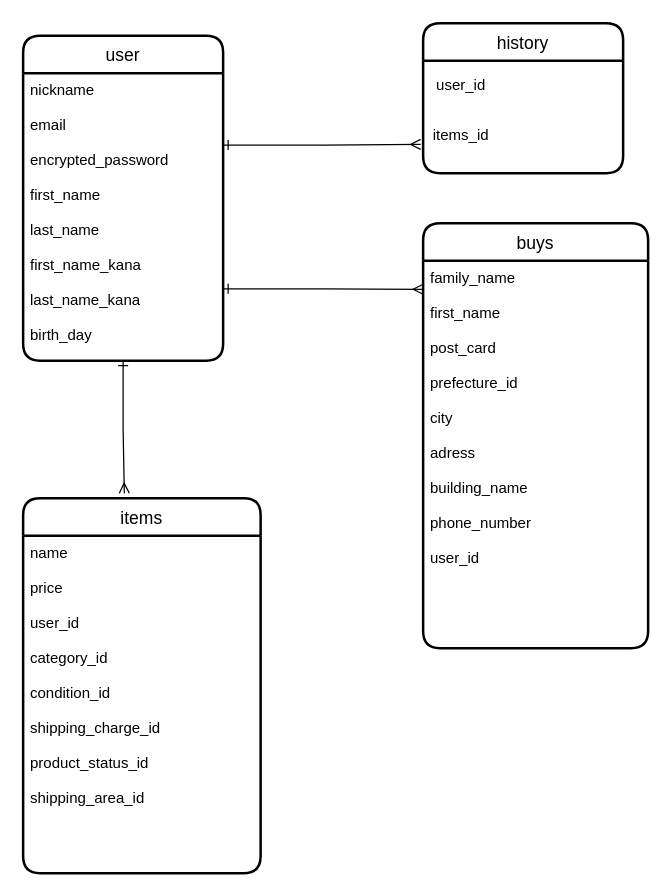
Above: test.dio in Masato0530/furima-35867 (draw.io), before the change. Source tidied: cells renumbered, new cells numbered last; positions are measured from the earlier drawing's top-left corner, leaving out a move shared by most shapes. Both pictures are drawn from the tidied source at 125%, with x=0, y=0 at pixel (22, 22).
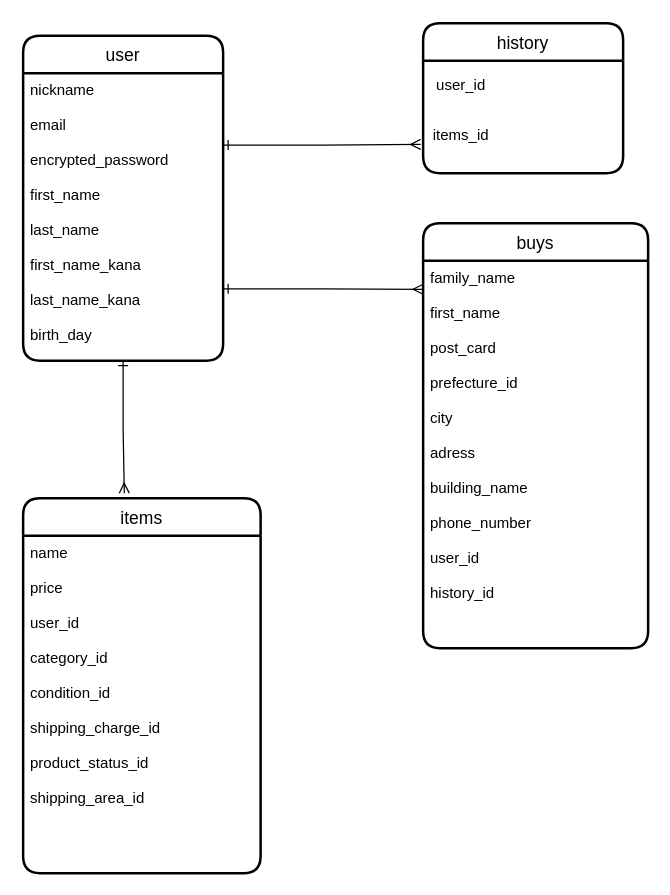
After the change.

Diff of the diagram source:
```diff
@@
 <mxGraphModel>
   <root>
     <mxCell id="0" />
     <mxCell id="1" parent="0" />
     <mxCell id="2" value="items" style="swimlane;horizontal=1;startSize=30;rounded=1;fontSize=14;fontStyle=0;strokeWidth=2;shadow=0;dashed=0;align=center;fillColor=none;" parent="1" vertex="1">
       <mxGeometry y="380" width="190" height="300" as="geometry" />
     </mxCell>
     <mxCell id="3" value="name&#10;&#10;price&#10;&#10;user_id&#10;&#10;category_id&#10;&#10;condition_id&#10;&#10;shipping_charge_id&#10;&#10;product_status_id&#10;&#10;shipping_area_id" style="align=left;strokeColor=none;fillColor=none;spacingLeft=4;fontSize=12;verticalAlign=top;" parent="2" vertex="1">
       <mxGeometry y="30" width="190" height="270" as="geometry" />
     </mxCell>
     <mxCell id="4" value="history" style="swimlane;horizontal=1;startSize=30;rounded=1;fontSize=14;fontStyle=0;strokeWidth=2;shadow=0;dashed=0;align=center;fillColor=none;" parent="1" vertex="1">
       <mxGeometry x="320" width="160" height="120" as="geometry" />
     </mxCell>
     <mxCell id="5" value="buys" style="swimlane;horizontal=1;startSize=30;rounded=1;fontSize=14;fontStyle=0;strokeWidth=2;shadow=0;dashed=0;align=center;fillColor=none;" parent="1" vertex="1">
       <mxGeometry x="320" y="160" width="180" height="340" as="geometry" />
     </mxCell>
-    <mxCell id="6" value="family_name&#10;&#10;first_name&#10;&#10;post_card&#10;&#10;prefecture_id&#10;&#10;city&#10;&#10;adress&#10;&#10;building_name&#10;&#10;phone_number&#10;&#10;user_id&#10;&#10;" style="align=left;strokeColor=none;fillColor=none;spacingLeft=4;fontSize=12;verticalAlign=top;" parent="5" vertex="1">
+    <mxCell id="6" value="family_name&#10;&#10;first_name&#10;&#10;post_card&#10;&#10;prefecture_id&#10;&#10;city&#10;&#10;adress&#10;&#10;building_name&#10;&#10;phone_number&#10;&#10;user_id&#10;&#10;history_id&#10;&#10;" style="align=left;strokeColor=none;fillColor=none;spacingLeft=4;fontSize=12;verticalAlign=top;" parent="5" vertex="1">
       <mxGeometry y="30" width="180" height="310" as="geometry" />
     </mxCell>
     <mxCell id="7" style="edgeStyle=orthogonalEdgeStyle;rounded=0;orthogonalLoop=1;jettySize=auto;html=1;exitX=0.5;exitY=1;exitDx=0;exitDy=0;" parent="5" edge="1" source="6" target="6">
       <mxGeometry relative="1" as="geometry" />
     </mxCell>
     <mxCell id="8" style="edgeStyle=orthogonalEdgeStyle;rounded=0;orthogonalLoop=1;jettySize=auto;html=1;exitX=0.5;exitY=1;exitDx=0;exitDy=0;" parent="5" edge="1" source="6" target="6">
       <mxGeometry relative="1" as="geometry" />
     </mxCell>
     <mxCell id="9" style="edgeStyle=orthogonalEdgeStyle;rounded=0;orthogonalLoop=1;jettySize=auto;html=1;exitX=0.5;exitY=1;exitDx=0;exitDy=0;startArrow=ERone;startFill=0;endArrow=ERmany;endFill=0;" parent="5" edge="1" source="6" target="6">
       <mxGeometry relative="1" as="geometry" />
     </mxCell>
     <mxCell id="10" value="user_id" style="text;html=1;align=center;verticalAlign=middle;" parent="1" vertex="1">
       <mxGeometry x="325" y="40" width="50" height="20" as="geometry" />
     </mxCell>
     <mxCell id="11" value="items_id" style="text;html=1;align=center;verticalAlign=middle;points=[];" parent="1" vertex="1">
       <mxGeometry x="320" y="80" width="60" height="20" as="geometry" />
     </mxCell>
     <mxCell id="12" value="user" style="swimlane;horizontal=1;startSize=30;rounded=1;fontSize=14;fontStyle=0;strokeWidth=2;shadow=0;dashed=0;align=center;" parent="1" vertex="1">
       <mxGeometry y="10" width="160" height="260" as="geometry" />
     </mxCell>
     <mxCell id="13" value="nickname&#10;&#10;email&#10;&#10;encrypted_password&#10;&#10;first_name&#10;&#10;last_name&#10;&#10;first_name_kana&#10;&#10;last_name_kana&#10;&#10;birth_day&#10;&#10;&#10;&#10;&#10;" style="align=left;strokeColor=none;fillColor=none;spacingLeft=4;fontSize=12;verticalAlign=top;" parent="12" vertex="1">
       <mxGeometry y="30" width="160" height="230" as="geometry" />
     </mxCell>
     <mxCell id="14" style="edgeStyle=orthogonalEdgeStyle;rounded=0;jettySize=auto;html=1;exitX=1;exitY=0.25;exitDx=0;exitDy=0;entryX=-0.033;entryY=0.85;entryDx=0;entryDy=0;entryPerimeter=0;startArrow=ERone;startFill=0;endArrow=ERmany;endFill=0;" parent="1" edge="1" source="13" target="11">
       <mxGeometry relative="1" as="geometry" />
     </mxCell>
     <mxCell id="15" style="edgeStyle=orthogonalEdgeStyle;rounded=0;jettySize=auto;html=1;exitX=0.5;exitY=1;exitDx=0;exitDy=0;entryX=0.426;entryY=-0.013;entryDx=0;entryDy=0;entryPerimeter=0;startArrow=ERone;startFill=0;endArrow=ERmany;endFill=0;" parent="1" edge="1" source="13" target="2">
       <mxGeometry relative="1" as="geometry" />
     </mxCell>
     <mxCell id="16" style="edgeStyle=orthogonalEdgeStyle;rounded=0;jettySize=auto;html=1;exitX=1;exitY=0.75;exitDx=0;exitDy=0;entryX=0;entryY=0.074;entryDx=0;entryDy=0;entryPerimeter=0;startArrow=ERone;startFill=0;endArrow=ERmany;endFill=0;" parent="1" edge="1" source="13" target="6">
       <mxGeometry relative="1" as="geometry" />
     </mxCell>
   </root>
 </mxGraphModel>
```
